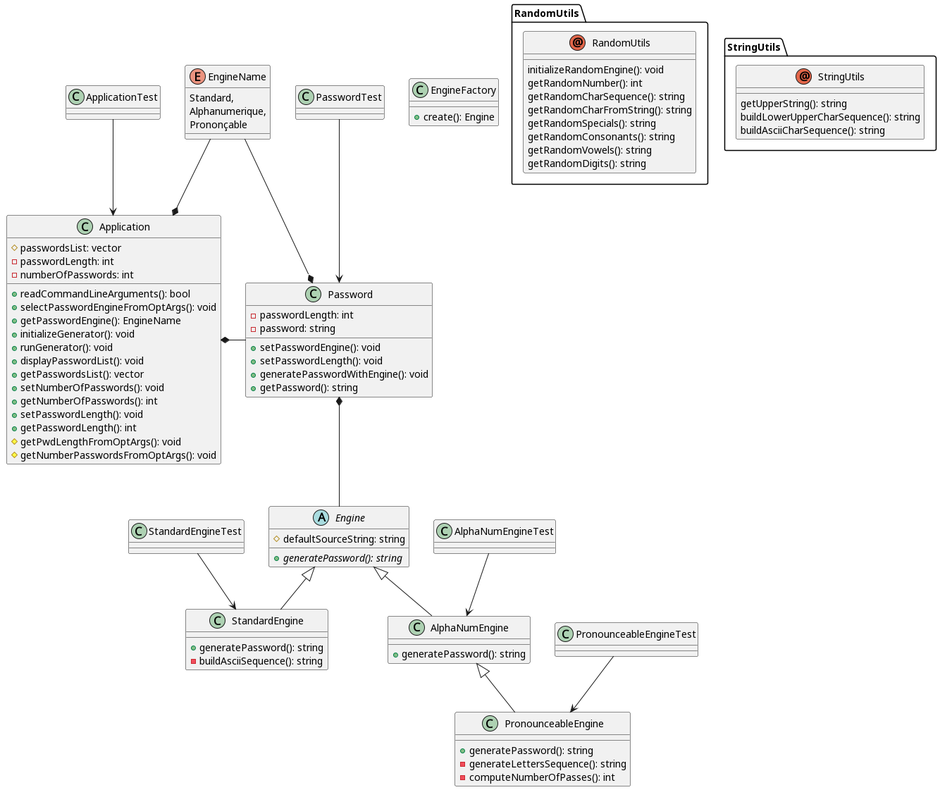
This is docs/diagram/out/Password Generator.png from JN-GLX/password-generator, a PlantUML export, as it was before one commit.
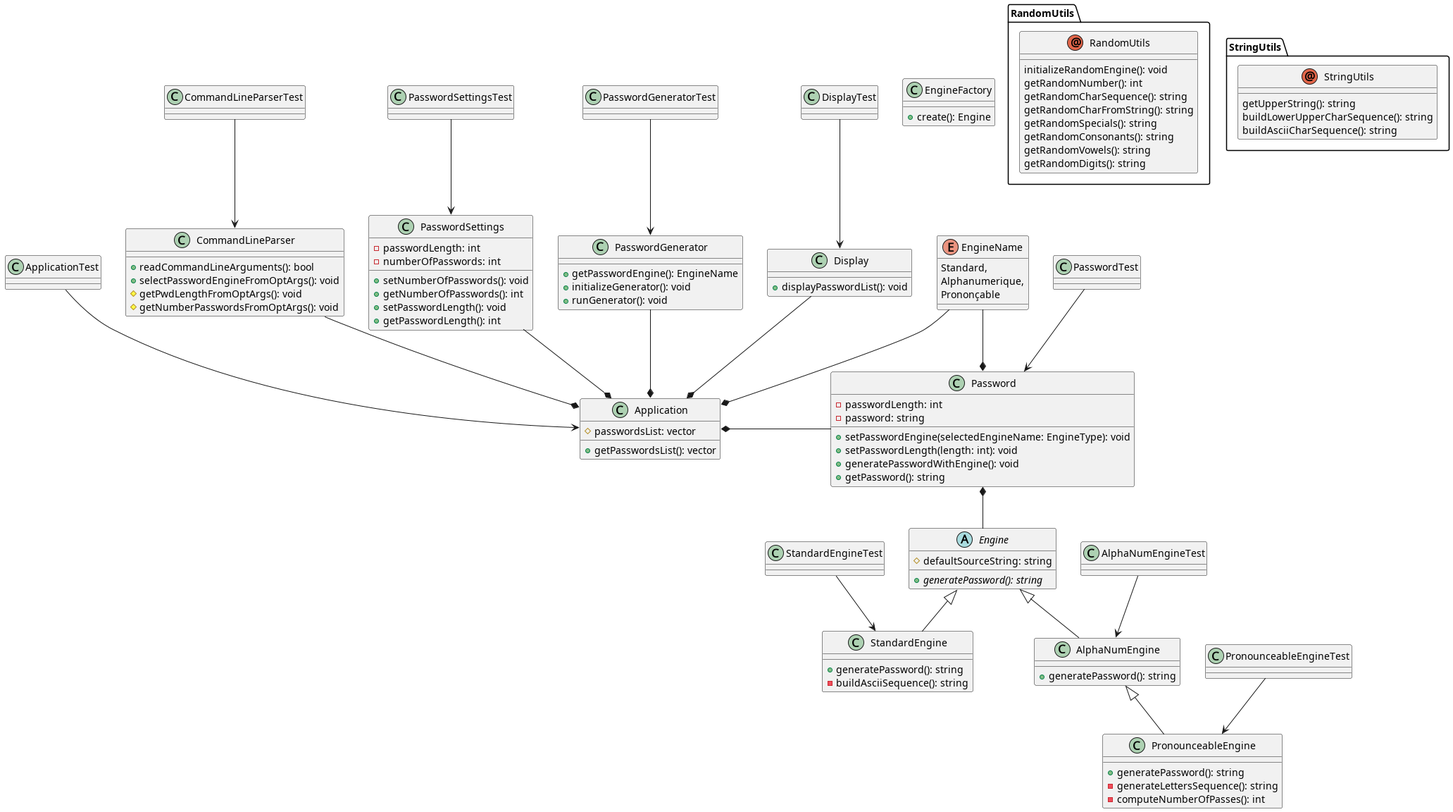
The same diagram one commit later.

Commit message:
modification du diagramme de classes

Change to the diagram source:
```diff
@@ -1,5 +1,4 @@
 @startuml Password Generator
-
 
 abstract class Engine {
     +{abstract} generatePassword(): string
@@ -22,6 +21,10 @@
 StandardEngineTest --> StandardEngine
 AlphaNumEngineTest --> AlphaNumEngine
 PronounceableEngineTest --> PronounceableEngine
+CommandLineParserTest --> CommandLineParser
+PasswordSettingsTest --> PasswordSettings
+PasswordGeneratorTest --> PasswordGenerator
+DisplayTest --> Display
 
 class StandardEngine {
     +generatePassword(): string
@@ -41,8 +44,8 @@
 class Password {
     -passwordLength: int
     -password: string
-    +setPasswordEngine(): void
-    +setPasswordLength(): void
+    +setPasswordEngine(selectedEngineName: EngineType): void
+    +setPasswordLength(length: int): void
     +generatePasswordWithEngine(): void
     +getPassword(): string
 }
@@ -72,28 +75,49 @@
 }
 
 class Application {
+    +getPasswordsList(): vector
+    #passwordsList: vector
+}
+
+class Display {
+    +displayPasswordList(): void
+}
+
+class CommandLineParser {
     +readCommandLineArguments(): bool
     +selectPasswordEngineFromOptArgs(): void
-    +getPasswordEngine(): EngineName
-    +initializeGenerator(): void
-    +runGenerator(): void
-    +displayPasswordList(): void
-    +getPasswordsList(): vector
+    #getPwdLengthFromOptArgs(): void
+    #getNumberPasswordsFromOptArgs(): void
+}
+
+class PasswordSettings {
     +setNumberOfPasswords(): void
     +getNumberOfPasswords(): int
     +setPasswordLength(): void
     +getPasswordLength(): int
-    #getPwdLengthFromOptArgs(): void
-    #getNumberPasswordsFromOptArgs(): void
-    #passwordsList: vector
     -passwordLength: int
     -numberOfPasswords: int
 }
+
+class PasswordGenerator {
+    +getPasswordEngine(): EngineName
+    +initializeGenerator(): void
+    +runGenerator(): void
+}
+
+CommandLineParser --* Application
+PasswordSettings --* Application
+PasswordGenerator --* Application
+Display --* Application
 
 class ApplicationTest
 class PasswordTest
 class StandardEngineTest
 class AlphaNumEngineTest
 class PronounceableEngineTest
+class CommandLineParserTest
+class PasswordSettingsTest
+class PasswordGeneratorTest
+class DisplayTest
 
 @enduml
```
